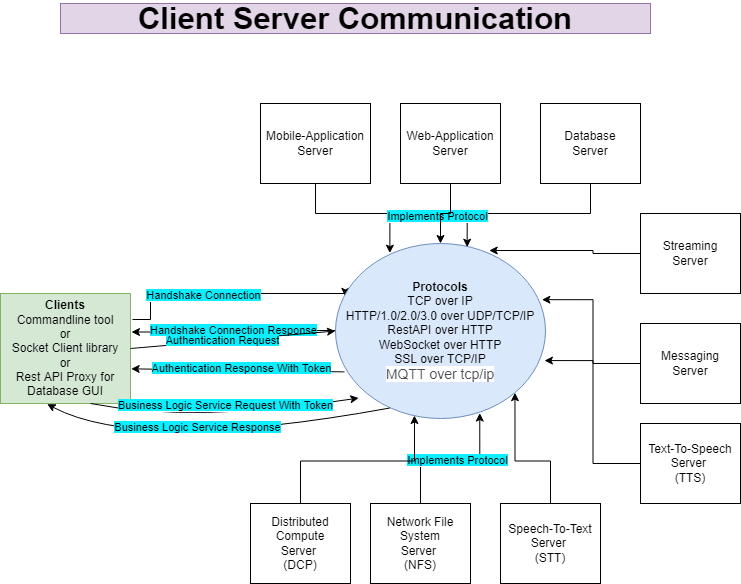
Above: ClientServerCommunication.drawio.png in rishant/system-design-architecture (draw.io), before the change. Source tidied: cells renumbered, new cells last; positions are measured from the earlier drawing's top-left corner, leaving out a move shared by most shapes.
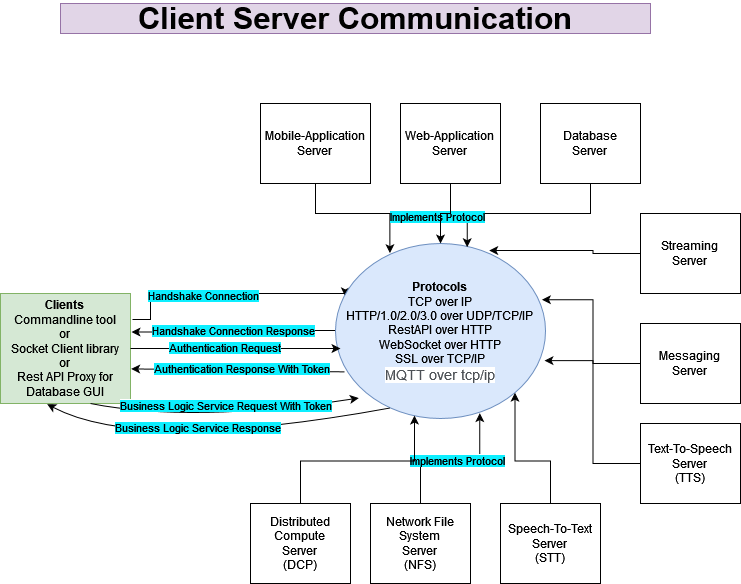
After the change.

Diff of the diagram source:
```diff
@@ -105,8 +105,10 @@
     <mxCell id="28" value="Distributed Compute&lt;br&gt;Server &lt;br&gt;(DCP)" style="rounded=0;whiteSpace=wrap;html=1;" parent="1" vertex="1">
       <mxGeometry x="250" y="500" width="100" height="80" as="geometry" />
     </mxCell>
-    <mxCell id="29" style="curved=1;endArrow=classic;html=1;rounded=0;exitX=1;exitY=0.5;exitDx=0;exitDy=0;entryX=0;entryY=0.5;entryDx=0;entryDy=0;" parent="1" edge="1" source="4" target="7">
-      <mxGeometry relative="1" as="geometry" />
+    <mxCell id="29" style="curved=1;endArrow=classic;html=1;rounded=0;exitX=1;exitY=0.5;exitDx=0;exitDy=0;" parent="1" edge="1" source="4">
+      <mxGeometry relative="1" as="geometry">
+        <mxPoint x="340" y="345" as="targetPoint" />
+      </mxGeometry>
     </mxCell>
     <mxCell id="30" value="&lt;span style=&quot;background-color: rgb(13 , 239 , 255)&quot;&gt;Authentication Request&lt;/span&gt;" style="edgeLabel;html=1;align=center;verticalAlign=middle;" parent="29" vertex="1">
       <mxGeometry x="-0.28" y="-1" relative="1" as="geometry">
```
